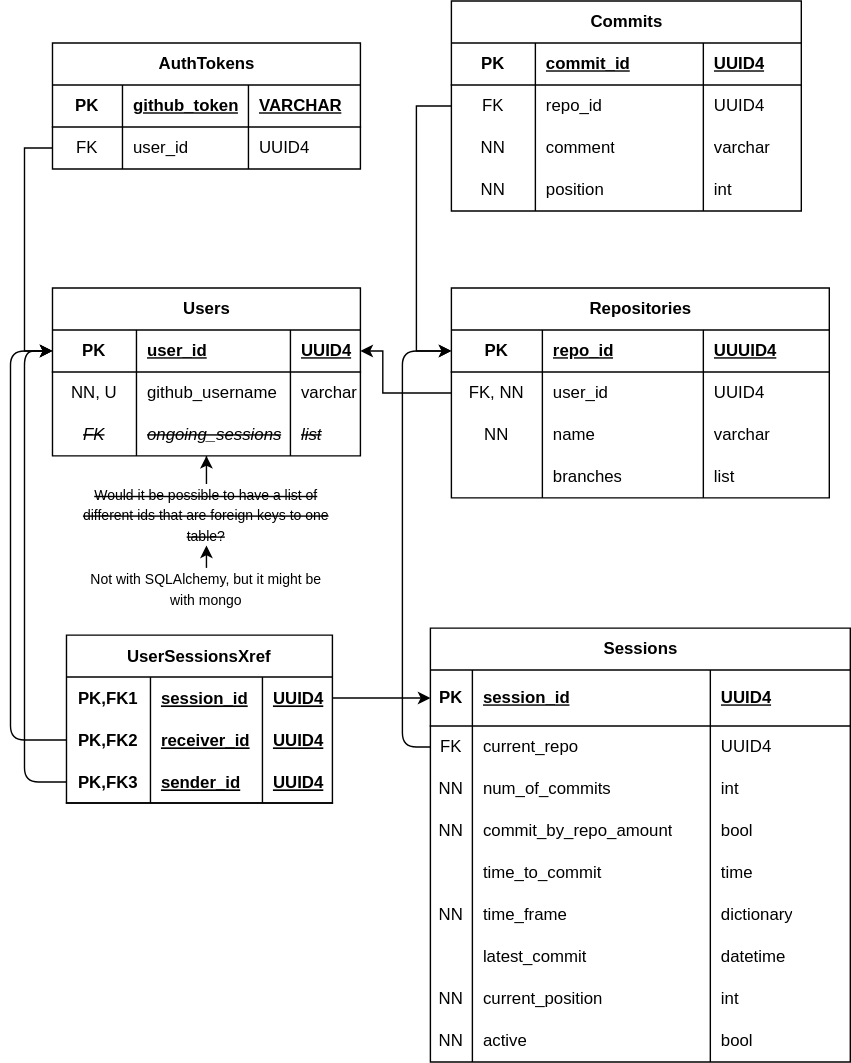
Earlier version of the draw.io export git-nabber.drawio.svg (Jamesh431/Cyclone). Source tidied: cells renumbered, new cells last; positions are measured from the earlier drawing's top-left corner, leaving out a move shared by most shapes.
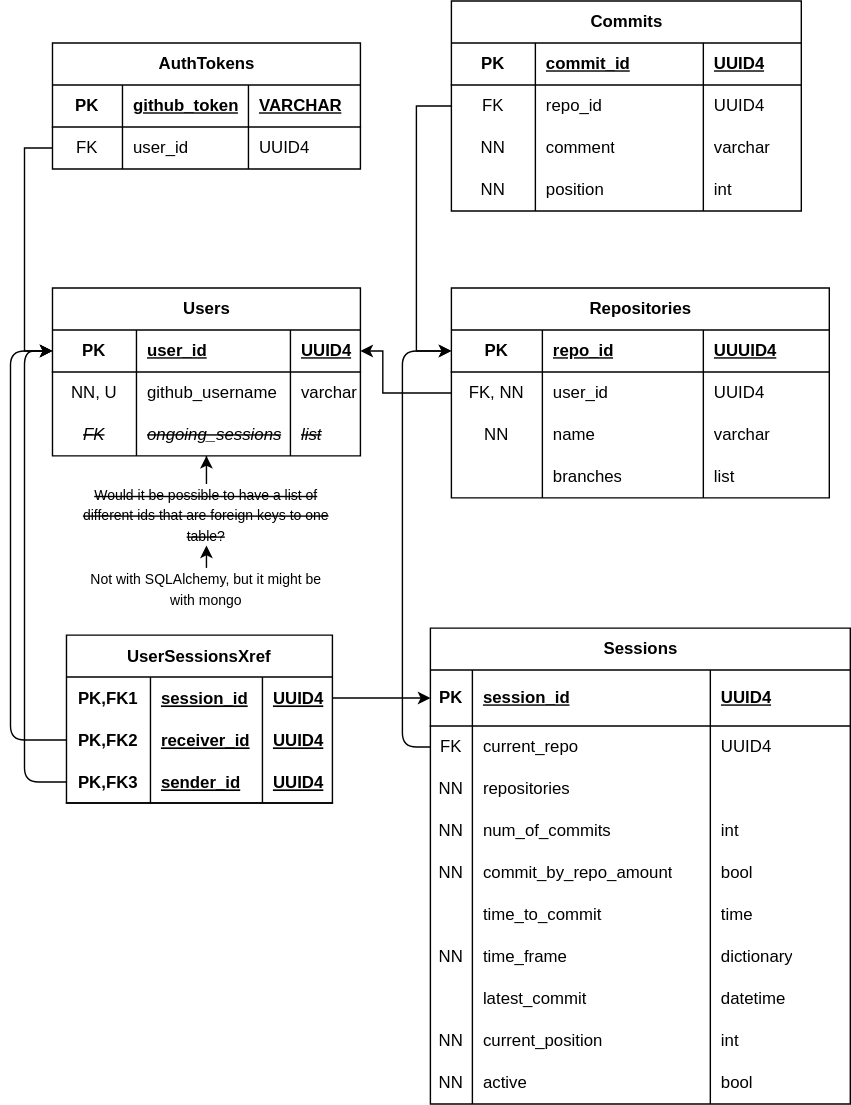
The same diagram one commit later.

Commit message:
added repositories list

Change to the diagram source:
```diff
@@ -174,7 +174,7 @@
       <mxGeometry x="180" width="70" height="30" as="geometry" />
     </mxCell>
     <mxCell id="59" value="Sessions" style="shape=table;startSize=30;rowLines=0;fontStyle=1;align=center;html=1;" parent="1" vertex="1">
-      <mxGeometry x="300" y="448" width="300" height="310" as="geometry" />
+      <mxGeometry x="300" y="448" width="300" height="340" as="geometry" />
     </mxCell>
     <mxCell id="60" style="shape=tableRow;horizontal=0;startSize=0;swimlaneHead=0;swimlaneBody=0;fillColor=none;points=[[0,0.5],[1,0.5]];portConstraint=eastwest;top=0;left=0;right=0;bottom=1;" parent="59" vertex="1">
       <mxGeometry y="30" width="300" height="40" as="geometry" />
@@ -200,8 +200,20 @@
     <mxCell id="67" value="UUID4" style="shape=partialRectangle;fillColor=none;top=0;left=0;bottom=0;right=0;align=left;spacingLeft=6;overflow=hidden;whiteSpace=wrap;html=1;" parent="64" vertex="1">
       <mxGeometry x="200" width="100" height="30" as="geometry" />
     </mxCell>
+    <mxCell id="119" style="shape=tableRow;horizontal=0;startSize=0;swimlaneHead=0;swimlaneBody=0;fillColor=none;top=0;left=0;right=0;bottom=0;" parent="59" vertex="1">
+      <mxGeometry y="100" width="300" height="30" as="geometry" />
+    </mxCell>
+    <mxCell id="120" value="NN" style="shape=partialRectangle;fillColor=none;top=0;left=0;bottom=0;right=0;overflow=hidden;whiteSpace=wrap;html=1;" parent="119" vertex="1">
+      <mxGeometry width="30" height="30" as="geometry" />
+    </mxCell>
+    <mxCell id="121" value="repositories" style="shape=partialRectangle;fillColor=none;top=0;left=0;bottom=0;right=0;align=left;spacingLeft=6;overflow=hidden;whiteSpace=wrap;html=1;" parent="119" vertex="1">
+      <mxGeometry x="30" width="170" height="30" as="geometry" />
+    </mxCell>
+    <mxCell id="122" style="shape=partialRectangle;fillColor=none;top=0;left=0;bottom=0;right=0;align=left;spacingLeft=6;overflow=hidden;whiteSpace=wrap;html=1;" parent="119" vertex="1">
+      <mxGeometry x="200" width="100" height="30" as="geometry" />
+    </mxCell>
     <mxCell id="68" style="shape=tableRow;horizontal=0;startSize=0;swimlaneHead=0;swimlaneBody=0;fillColor=none;top=0;left=0;right=0;bottom=0;" parent="59" vertex="1">
-      <mxGeometry y="100" width="300" height="30" as="geometry" />
+      <mxGeometry y="130" width="300" height="30" as="geometry" />
     </mxCell>
     <mxCell id="69" value="NN" style="shape=partialRectangle;fillColor=none;top=0;left=0;bottom=0;right=0;overflow=hidden;whiteSpace=wrap;html=1;" parent="68" vertex="1">
       <mxGeometry width="30" height="30" as="geometry" />
@@ -213,7 +225,7 @@
       <mxGeometry x="200" width="100" height="30" as="geometry" />
     </mxCell>
     <mxCell id="72" style="shape=tableRow;horizontal=0;startSize=0;swimlaneHead=0;swimlaneBody=0;fillColor=none;top=0;left=0;right=0;bottom=0;" parent="59" vertex="1">
-      <mxGeometry y="130" width="300" height="30" as="geometry" />
+      <mxGeometry y="160" width="300" height="30" as="geometry" />
     </mxCell>
     <mxCell id="73" value="NN" style="shape=partialRectangle;fillColor=none;top=0;left=0;bottom=0;right=0;overflow=hidden;whiteSpace=wrap;html=1;" parent="72" vertex="1">
       <mxGeometry width="30" height="30" as="geometry" />
@@ -225,7 +237,7 @@
       <mxGeometry x="200" width="100" height="30" as="geometry" />
     </mxCell>
     <mxCell id="76" style="shape=tableRow;horizontal=0;startSize=0;swimlaneHead=0;swimlaneBody=0;fillColor=none;top=0;left=0;right=0;bottom=0;" parent="59" vertex="1">
-      <mxGeometry y="160" width="300" height="30" as="geometry" />
+      <mxGeometry y="190" width="300" height="30" as="geometry" />
     </mxCell>
     <mxCell id="77" style="shape=partialRectangle;fillColor=none;top=0;left=0;bottom=0;right=0;overflow=hidden;whiteSpace=wrap;html=1;" parent="76" vertex="1">
       <mxGeometry width="30" height="30" as="geometry" />
@@ -237,7 +249,7 @@
       <mxGeometry x="200" width="100" height="30" as="geometry" />
     </mxCell>
     <mxCell id="80" style="shape=tableRow;horizontal=0;startSize=0;swimlaneHead=0;swimlaneBody=0;fillColor=none;top=0;left=0;right=0;bottom=0;" parent="59" vertex="1">
-      <mxGeometry y="190" width="300" height="30" as="geometry" />
+      <mxGeometry y="220" width="300" height="30" as="geometry" />
     </mxCell>
     <mxCell id="81" value="NN" style="shape=partialRectangle;fillColor=none;top=0;left=0;bottom=0;right=0;overflow=hidden;whiteSpace=wrap;html=1;" parent="80" vertex="1">
       <mxGeometry width="30" height="30" as="geometry" />
@@ -249,7 +261,7 @@
       <mxGeometry x="200" width="100" height="30" as="geometry" />
     </mxCell>
     <mxCell id="84" style="shape=tableRow;horizontal=0;startSize=0;swimlaneHead=0;swimlaneBody=0;fillColor=none;top=0;left=0;right=0;bottom=0;" parent="59" vertex="1">
-      <mxGeometry y="220" width="300" height="30" as="geometry" />
+      <mxGeometry y="250" width="300" height="30" as="geometry" />
     </mxCell>
     <mxCell id="85" style="shape=partialRectangle;fillColor=none;top=0;left=0;bottom=0;right=0;overflow=hidden;whiteSpace=wrap;html=1;" parent="84" vertex="1">
       <mxGeometry width="30" height="30" as="geometry" />
@@ -261,7 +273,7 @@
       <mxGeometry x="200" width="100" height="30" as="geometry" />
     </mxCell>
     <mxCell id="88" style="shape=tableRow;horizontal=0;startSize=0;swimlaneHead=0;swimlaneBody=0;fillColor=none;top=0;left=0;right=0;bottom=0;" parent="59" vertex="1">
-      <mxGeometry y="250" width="300" height="30" as="geometry" />
+      <mxGeometry y="280" width="300" height="30" as="geometry" />
     </mxCell>
     <mxCell id="89" value="NN" style="shape=partialRectangle;fillColor=none;top=0;left=0;bottom=0;right=0;overflow=hidden;whiteSpace=wrap;html=1;" parent="88" vertex="1">
       <mxGeometry width="30" height="30" as="geometry" />
@@ -273,7 +285,7 @@
       <mxGeometry x="200" width="100" height="30" as="geometry" />
     </mxCell>
     <mxCell id="92" style="shape=tableRow;horizontal=0;startSize=0;swimlaneHead=0;swimlaneBody=0;fillColor=none;top=0;left=0;right=0;bottom=0;" parent="59" vertex="1">
-      <mxGeometry y="280" width="300" height="30" as="geometry" />
+      <mxGeometry y="310" width="300" height="30" as="geometry" />
     </mxCell>
     <mxCell id="93" value="NN" style="shape=partialRectangle;fillColor=none;top=0;left=0;bottom=0;right=0;overflow=hidden;whiteSpace=wrap;html=1;" parent="92" vertex="1">
       <mxGeometry width="30" height="30" as="geometry" />
```
